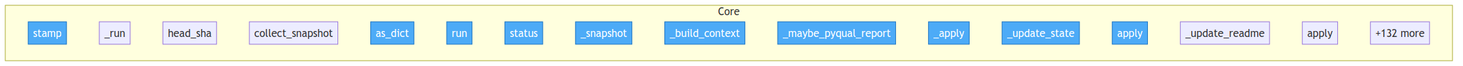
Earlier version of the Mermaid export project/flow.png (semcod/taskill). Its source is kept beside it as project/flow.mmd.
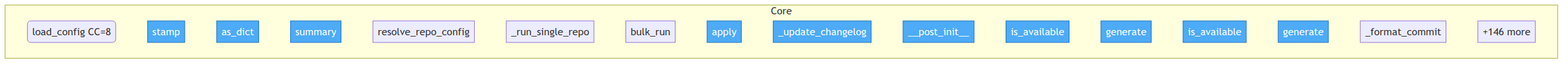
The same file after the commit.

What changed in the source:
```diff
@@ -3,22 +3,22 @@
     classDef entry fill:#4dabf7,stroke:#1971c2,color:#fff
 
     subgraph Core
+        src__taskill__config__load_config("load_config CC=8")
         src__taskill__state__TaskillState__stamp["stamp"]
-        src__taskill__git_state___run["_run"]
-        src__taskill__git_state__head_sha["head_sha"]
-        src__taskill__git_state__collect_snapshot["collect_snapshot"]
-        src__taskill__core__TaskillResult__as_dict["as_dict"]
-        src__taskill__core__Taskill__run["run"]
-        src__taskill__core__Taskill__status["status"]
-        src__taskill__core__Taskill___snapshot["_snapshot"]
-        src__taskill__core__Taskill___build_context["_build_context"]
-        src__taskill__core__Taskill___maybe_pyqual_report["_maybe_pyqual_report"]
-        src__taskill__core__Taskill___apply["_apply"]
-        src__taskill__core__Taskill___update_state["_update_state"]
-        src__taskill__updaters__readme__ReadmeUpdater__apply["apply"]
-        src__taskill__updaters__readme__ReadmeUpdater___update_readme["_update_readme"]
-        src__taskill__updaters__base__DocumentUpdater__apply["apply"]
-        ...["+132 more"]
+        src__taskill__bulk__BulkResult__as_dict["as_dict"]
+        src__taskill__bulk__BulkResult__summary["summary"]
+        src__taskill__bulk__resolve_repo_config["resolve_repo_config"]
+        src__taskill__bulk___run_single_repo["_run_single_repo"]
+        src__taskill__bulk__bulk_run["bulk_run"]
+        src__taskill__updaters__changelog__ChangelogUpdater__apply["apply"]
+        src__taskill__updaters__changelog__ChangelogUpdater___update_changelog["_update_changelog"]
+        src__taskill__providers__base__GeneratedDocs____post_init__["__post_init__"]
+        src__taskill__providers__base__Provider__is_available["is_available"]
+        src__taskill__providers__base__Provider__generate["generate"]
+        src__taskill__providers__algorithmic__AlgorithmicProvider__is_available["is_available"]
+        src__taskill__providers__algorithmic__AlgorithmicProvider__generate["generate"]
+        src__taskill__providers__algorithmic__AlgorithmicProvider___format_commit["_format_commit"]
+        ...["+146 more"]
     end
 
-    class src__taskill__state__TaskillState__stamp,src__taskill__core__TaskillResult__as_dict,src__taskill__core__Taskill__run,src__taskill__core__Taskill__status,src__taskill__core__Taskill___snapshot,src__taskill__core__Taskill___build_context,src__taskill__core__Taskill___maybe_pyqual_report,src__taskill__core__Taskill___apply,src__taskill__core__Taskill___update_state,src__taskill__updaters__readme__ReadmeUpdater__apply entry
+    class src__taskill__state__TaskillState__stamp,src__taskill__bulk__BulkResult__as_dict,src__taskill__bulk__BulkResult__summary,src__taskill__updaters__changelog__ChangelogUpdater__apply,src__taskill__updaters__changelog__ChangelogUpdater___update_changelog,src__taskill__providers__base__GeneratedDocs____post_init__,src__taskill__providers__base__Provider__is_available,src__taskill__providers__base__Provider__generate,src__taskill__providers__algorithmic__AlgorithmicProvider__is_available,src__taskill__providers__algorithmic__AlgorithmicProvider__generate entry
```
